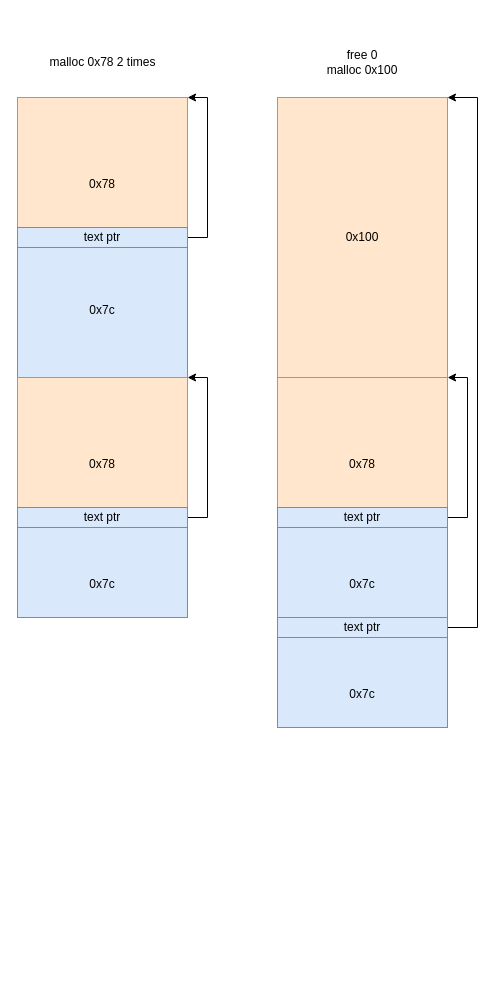
Above: blog/babyfengshui_33c3_2016.drawio in Zephyrccc/ImageHostingService (draw.io), before the change. Source tidied: cells renumbered, new cells numbered last; positions are measured from the earlier drawing's top-left corner, leaving out a move shared by most shapes. Both pictures are drawn from the tidied source at 100%, with x=0, y=0 at pixel (17, 47).
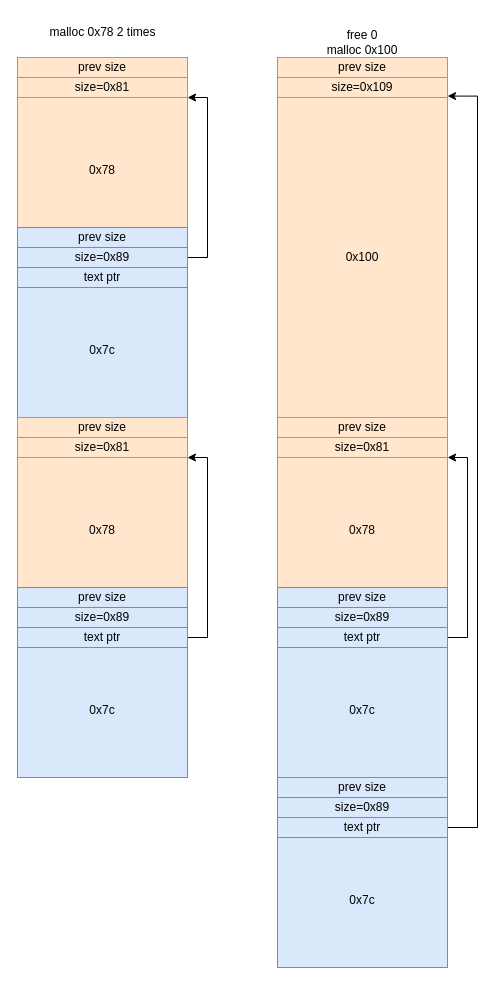
Above is the later version.

The edit, as a diff of the source:
```diff
@@
+    <mxCell id="21" value="&lt;br&gt;0x7c" style="rounded=0;whiteSpace=wrap;html=1;fillColor=#dae8fc;strokeColor=#6c8ebf;" parent="1" vertex="1">
+      <mxGeometry x="260" y="770" width="170" height="150" as="geometry" />
+    </mxCell>
+    <mxCell id="22" value="&lt;br&gt;0x7c" style="rounded=0;whiteSpace=wrap;html=1;fillColor=#dae8fc;strokeColor=#6c8ebf;" parent="1" vertex="1">
+      <mxGeometry x="260" y="580" width="170" height="150" as="geometry" />
+    </mxCell>
+    <mxCell id="23" value="&lt;br&gt;0x7c" style="rounded=0;whiteSpace=wrap;html=1;fillColor=#dae8fc;strokeColor=#6c8ebf;" parent="1" vertex="1">
+      <mxGeometry y="580" width="170" height="150" as="geometry" />
+    </mxCell>
-    <mxCell id="2" value="&lt;br&gt;&lt;br&gt;&lt;br&gt;0x78" style="rounded=0;whiteSpace=wrap;html=1;fillColor=#ffe6cc;strokeColor=#d79b00;" parent="1" vertex="1">
+    <mxCell id="2" value="&lt;br&gt;0x78" style="rounded=0;whiteSpace=wrap;html=1;fillColor=#ffe6cc;strokeColor=#d79b00;" parent="1" vertex="1">
       <mxGeometry y="50" width="170" height="130" as="geometry" />
     </mxCell>
     <mxCell id="3" value="&lt;br&gt;0x7c" style="rounded=0;whiteSpace=wrap;html=1;fillColor=#dae8fc;strokeColor=#6c8ebf;" parent="1" vertex="1">
-      <mxGeometry y="180" width="170" height="150" as="geometry" />
+      <mxGeometry y="220" width="170" height="150" as="geometry" />
     </mxCell>
@@
     <mxCell id="5" value="malloc 0x78&amp;nbsp;2 times" style="text;html=1;strokeColor=none;fillColor=none;align=center;verticalAlign=middle;whiteSpace=wrap;rounded=0;" parent="1" vertex="1">
-      <mxGeometry x="22.5" width="125" height="30" as="geometry" />
+      <mxGeometry x="22.5" y="-30" width="125" height="30" as="geometry" />
     </mxCell>
     <mxCell id="6" value="free 0&lt;br&gt;malloc 0x100" style="text;html=1;strokeColor=none;fillColor=none;align=center;verticalAlign=middle;whiteSpace=wrap;rounded=0;" parent="1" vertex="1">
-      <mxGeometry x="295" width="100" height="30" as="geometry" />
+      <mxGeometry x="295" y="-20" width="100" height="30" as="geometry" />
     </mxCell>
     <mxCell id="7" style="edgeStyle=orthogonalEdgeStyle;rounded=0;jettySize=auto;html=1;exitX=1;exitY=0.5;exitDx=0;exitDy=0;" parent="1" edge="1" source="8">
       <mxGeometry relative="1" as="geometry">
         <mxPoint x="170.1" y="50" as="targetPoint" />
         <Array as="points">
-          <mxPoint x="190" y="190" />
+          <mxPoint x="190" y="210" />
           <mxPoint x="190" y="50" />
         </Array>
       </mxGeometry>
     </mxCell>
+    <mxCell id="24" style="edgeStyle=orthogonalEdgeStyle;rounded=0;jettySize=auto;html=1;" parent="1" edge="1" source="8">
+      <mxGeometry relative="1" as="geometry">
+        <mxPoint x="85" y="200" as="targetPoint" />
+      </mxGeometry>
+    </mxCell>
     <mxCell id="8" value="text ptr" style="rounded=0;whiteSpace=wrap;html=1;fillColor=#dae8fc;strokeColor=#6c8ebf;" parent="1" vertex="1">
-      <mxGeometry y="180" width="170" height="20" as="geometry" />
+      <mxGeometry y="220" width="170" height="20" as="geometry" />
     </mxCell>
-    <mxCell id="9" value="&lt;br&gt;&lt;br&gt;&lt;br&gt;0x78" style="rounded=0;whiteSpace=wrap;html=1;fillColor=#ffe6cc;strokeColor=#d79b00;" parent="1" vertex="1">
-      <mxGeometry y="330" width="170" height="130" as="geometry" />
+    <mxCell id="9" value="&lt;br&gt;0x78" style="rounded=0;whiteSpace=wrap;html=1;fillColor=#ffe6cc;strokeColor=#d79b00;" parent="1" vertex="1">
+      <mxGeometry y="410" width="170" height="130" as="geometry" />
     </mxCell>
-    <mxCell id="10" value="&lt;br&gt;&lt;br&gt;&lt;br&gt;0x7c" style="rounded=0;whiteSpace=wrap;html=1;fillColor=#dae8fc;strokeColor=#6c8ebf;" parent="1" vertex="1">
-      <mxGeometry y="460" width="170" height="110" as="geometry" />
-    </mxCell>
-    <mxCell id="11" style="edgeStyle=orthogonalEdgeStyle;rounded=0;jettySize=auto;html=1;exitX=1;exitY=0.5;exitDx=0;exitDy=0;" parent="1" edge="1" source="12">
-      <mxGeometry relative="1" as="geometry">
-        <mxPoint x="170.1" y="330" as="targetPoint" />
-        <Array as="points">
-          <mxPoint x="190" y="470" />
-          <mxPoint x="190" y="330" />
-        </Array>
-      </mxGeometry>
-    </mxCell>
+    <mxCell id="25" style="edgeStyle=orthogonalEdgeStyle;rounded=0;jettySize=auto;html=1;exitX=1;exitY=0.5;exitDx=0;exitDy=0;entryX=1;entryY=1;entryDx=0;entryDy=0;" parent="1" edge="1" source="12" target="29">
+      <mxGeometry relative="1" as="geometry">
+        <Array as="points">
+          <mxPoint x="190" y="590" />
+          <mxPoint x="190" y="410" />
+        </Array>
+      </mxGeometry>
+    </mxCell>
     <mxCell id="12" value="text ptr" style="rounded=0;whiteSpace=wrap;html=1;fillColor=#dae8fc;strokeColor=#6c8ebf;" parent="1" vertex="1">
-      <mxGeometry y="460" width="170" height="20" as="geometry" />
+      <mxGeometry y="580" width="170" height="20" as="geometry" />
     </mxCell>
     <mxCell id="13" value="0x100" style="rounded=0;whiteSpace=wrap;html=1;fillColor=#ffe6cc;strokeColor=#d79b00;" parent="1" vertex="1">
-      <mxGeometry x="260" y="50" width="170" height="280" as="geometry" />
+      <mxGeometry x="260" y="50" width="170" height="320" as="geometry" />
     </mxCell>
+    <mxCell id="26" value="size=0x81" style="rounded=0;whiteSpace=wrap;html=1;fillColor=#ffe6cc;strokeColor=#d79b00;" parent="1" vertex="1">
+      <mxGeometry y="30" width="170" height="20" as="geometry" />
+    </mxCell>
+    <mxCell id="27" value="size=0x109" style="rounded=0;whiteSpace=wrap;html=1;fillColor=#ffe6cc;strokeColor=#d79b00;" parent="1" vertex="1">
+      <mxGeometry x="260" y="30" width="170" height="20" as="geometry" />
+    </mxCell>
+    <mxCell id="28" value="size=0x89" style="rounded=0;whiteSpace=wrap;html=1;fillColor=#dae8fc;strokeColor=#6c8ebf;" parent="1" vertex="1">
+      <mxGeometry y="200" width="170" height="20" as="geometry" />
+    </mxCell>
+    <mxCell id="29" value="size=0x81" style="rounded=0;whiteSpace=wrap;html=1;fillColor=#ffe6cc;strokeColor=#d79b00;" parent="1" vertex="1">
+      <mxGeometry y="390" width="170" height="20" as="geometry" />
+    </mxCell>
+    <mxCell id="30" value="size=0x89" style="rounded=0;whiteSpace=wrap;html=1;fillColor=#dae8fc;strokeColor=#6c8ebf;" parent="1" vertex="1">
+      <mxGeometry y="560" width="170" height="20" as="geometry" />
+    </mxCell>
-    <mxCell id="14" value="&lt;br&gt;&lt;br&gt;&lt;br&gt;0x78" style="rounded=0;whiteSpace=wrap;html=1;fillColor=#ffe6cc;strokeColor=#d79b00;" parent="1" vertex="1">
-      <mxGeometry x="260" y="330" width="170" height="130" as="geometry" />
+    <mxCell id="14" value="&lt;br&gt;0x78" style="rounded=0;whiteSpace=wrap;html=1;fillColor=#ffe6cc;strokeColor=#d79b00;" parent="1" vertex="1">
+      <mxGeometry x="260" y="410" width="170" height="130" as="geometry" />
     </mxCell>
-    <mxCell id="15" value="&lt;br&gt;&lt;br&gt;&lt;br&gt;0x7c" style="rounded=0;whiteSpace=wrap;html=1;fillColor=#dae8fc;strokeColor=#6c8ebf;" parent="1" vertex="1">
-      <mxGeometry x="260" y="460" width="170" height="110" as="geometry" />
-    </mxCell>
-    <mxCell id="16" style="edgeStyle=orthogonalEdgeStyle;rounded=0;jettySize=auto;html=1;exitX=1;exitY=0.5;exitDx=0;exitDy=0;" parent="1" edge="1" source="17">
-      <mxGeometry relative="1" as="geometry">
-        <mxPoint x="430.1" y="330" as="targetPoint" />
-        <Array as="points">
-          <mxPoint x="450" y="470" />
-          <mxPoint x="450" y="330" />
-        </Array>
-      </mxGeometry>
-    </mxCell>
-    <mxCell id="17" value="text ptr" style="rounded=0;whiteSpace=wrap;html=1;fillColor=#dae8fc;strokeColor=#6c8ebf;" parent="1" vertex="1">
-      <mxGeometry x="260" y="460" width="170" height="20" as="geometry" />
-    </mxCell>
-    <mxCell id="18" value="&lt;br&gt;&lt;br&gt;&lt;br&gt;0x7c" style="rounded=0;whiteSpace=wrap;html=1;fillColor=#dae8fc;strokeColor=#6c8ebf;" parent="1" vertex="1">
-      <mxGeometry x="260" y="570" width="170" height="110" as="geometry" />
-    </mxCell>
-    <mxCell id="19" style="edgeStyle=orthogonalEdgeStyle;rounded=0;jettySize=auto;html=1;exitX=1;exitY=0.5;exitDx=0;exitDy=0;entryX=1;entryY=0;entryDx=0;entryDy=0;" parent="1" edge="1" source="20" target="13">
-      <mxGeometry relative="1" as="geometry">
-        <Array as="points">
-          <mxPoint x="460" y="580" />
-          <mxPoint x="460" y="50" />
-        </Array>
-      </mxGeometry>
-    </mxCell>
-    <mxCell id="20" value="text ptr" style="rounded=0;whiteSpace=wrap;html=1;fillColor=#dae8fc;strokeColor=#6c8ebf;" parent="1" vertex="1">
-      <mxGeometry x="260" y="570" width="170" height="20" as="geometry" />
-    </mxCell>
+    <mxCell id="31" style="edgeStyle=orthogonalEdgeStyle;rounded=0;jettySize=auto;html=1;exitX=1;exitY=0.5;exitDx=0;exitDy=0;" parent="1" edge="1" source="32">
+      <mxGeometry relative="1" as="geometry">
+        <mxPoint x="430.1" y="410" as="targetPoint" />
+        <Array as="points">
+          <mxPoint x="450" y="590" />
+          <mxPoint x="450" y="410" />
+        </Array>
+      </mxGeometry>
+    </mxCell>
+    <mxCell id="32" value="text ptr" style="rounded=0;whiteSpace=wrap;html=1;fillColor=#dae8fc;strokeColor=#6c8ebf;" parent="1" vertex="1">
+      <mxGeometry x="260" y="580" width="170" height="20" as="geometry" />
+    </mxCell>
+    <mxCell id="33" value="size=0x81" style="rounded=0;whiteSpace=wrap;html=1;fillColor=#ffe6cc;strokeColor=#d79b00;" parent="1" vertex="1">
+      <mxGeometry x="260" y="390" width="170" height="20" as="geometry" />
+    </mxCell>
+    <mxCell id="34" value="size=0x89" style="rounded=0;whiteSpace=wrap;html=1;fillColor=#dae8fc;strokeColor=#6c8ebf;" parent="1" vertex="1">
+      <mxGeometry x="260" y="560" width="170" height="20" as="geometry" />
+    </mxCell>
+    <mxCell id="35" style="edgeStyle=orthogonalEdgeStyle;rounded=0;jettySize=auto;html=1;exitX=1;exitY=0.5;exitDx=0;exitDy=0;" parent="1" edge="1" source="36">
+      <mxGeometry relative="1" as="geometry">
+        <mxPoint x="430.1" y="48.6" as="targetPoint" />
+        <Array as="points">
+          <mxPoint x="460" y="780" />
+          <mxPoint x="460" y="49" />
+        </Array>
+      </mxGeometry>
+    </mxCell>
+    <mxCell id="36" value="text ptr" style="rounded=0;whiteSpace=wrap;html=1;fillColor=#dae8fc;strokeColor=#6c8ebf;" parent="1" vertex="1">
+      <mxGeometry x="260" y="770" width="170" height="20" as="geometry" />
+    </mxCell>
+    <mxCell id="37" value="size=0x89" style="rounded=0;whiteSpace=wrap;html=1;fillColor=#dae8fc;strokeColor=#6c8ebf;" parent="1" vertex="1">
+      <mxGeometry x="260" y="750" width="170" height="20" as="geometry" />
+    </mxCell>
+    <mxCell id="38" value="prev size" style="rounded=0;whiteSpace=wrap;html=1;fillColor=#ffe6cc;strokeColor=#d79b00;" parent="1" vertex="1">
+      <mxGeometry y="10" width="170" height="20" as="geometry" />
+    </mxCell>
+    <mxCell id="39" value="prev size" style="rounded=0;whiteSpace=wrap;html=1;fillColor=#ffe6cc;strokeColor=#d79b00;" parent="1" vertex="1">
+      <mxGeometry x="260" y="10" width="170" height="20" as="geometry" />
+    </mxCell>
+    <mxCell id="40" value="prev size" style="rounded=0;whiteSpace=wrap;html=1;fillColor=#dae8fc;strokeColor=#6c8ebf;" parent="1" vertex="1">
+      <mxGeometry y="540" width="170" height="20" as="geometry" />
+    </mxCell>
+    <mxCell id="41" value="prev size" style="rounded=0;whiteSpace=wrap;html=1;fillColor=#ffe6cc;strokeColor=#d79b00;" parent="1" vertex="1">
+      <mxGeometry y="370" width="170" height="20" as="geometry" />
+    </mxCell>
+    <mxCell id="42" value="prev size" style="rounded=0;whiteSpace=wrap;html=1;fillColor=#dae8fc;strokeColor=#6c8ebf;" parent="1" vertex="1">
+      <mxGeometry y="180" width="170" height="20" as="geometry" />
+    </mxCell>
+    <mxCell id="43" value="prev size" style="rounded=0;whiteSpace=wrap;html=1;fillColor=#ffe6cc;strokeColor=#d79b00;" parent="1" vertex="1">
+      <mxGeometry x="260" y="370" width="170" height="20" as="geometry" />
+    </mxCell>
+    <mxCell id="44" value="prev size" style="rounded=0;whiteSpace=wrap;html=1;fillColor=#dae8fc;strokeColor=#6c8ebf;" parent="1" vertex="1">
+      <mxGeometry x="260" y="540" width="170" height="20" as="geometry" />
+    </mxCell>
+    <mxCell id="45" value="prev size" style="rounded=0;whiteSpace=wrap;html=1;fillColor=#dae8fc;strokeColor=#6c8ebf;" parent="1" vertex="1">
+      <mxGeometry x="260" y="730" width="170" height="20" as="geometry" />
+    </mxCell>
```
